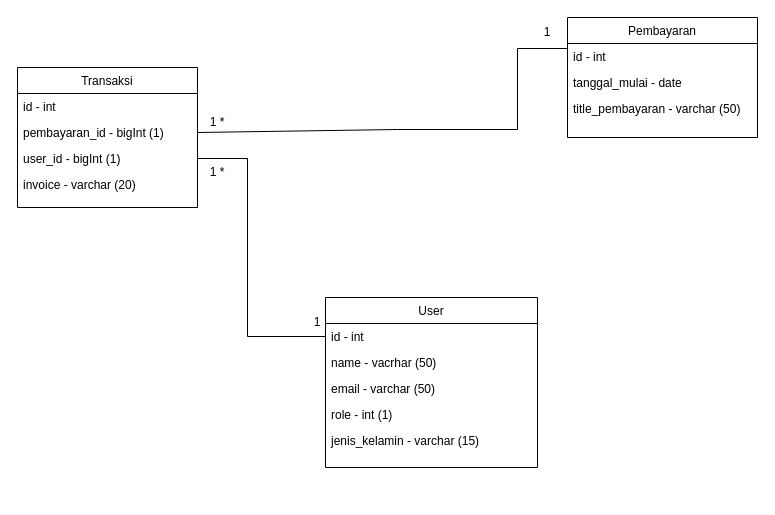
Earlier version of the draw.io diagram Untitled Diagram.drawio (danangsptro/SI_PEMBAYARAN). Source tidied: cells renumbered, new cells numbered last; positions are measured from the earlier drawing's top-left corner, leaving out a move shared by most shapes. Both pictures are drawn from the tidied source at 100%, with x=0, y=0 at pixel (17, 17).
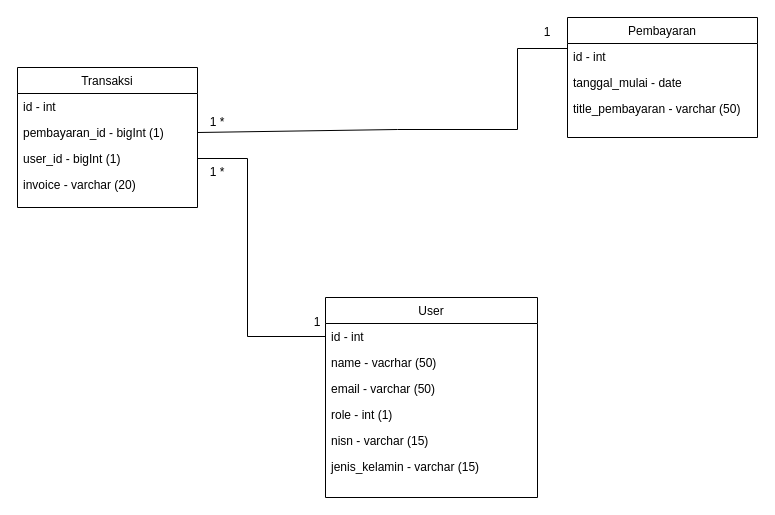
Above is the later version.

What changed in the source:
```diff
@@
     <mxCell id="2" value="User" style="swimlane;fontStyle=0;align=center;verticalAlign=top;horizontal=1;startSize=26;rounded=0;shadow=0;strokeWidth=1;" parent="1" vertex="1">
-      <mxGeometry x="308" y="280" width="212" height="170" as="geometry" />
+      <mxGeometry x="308" y="280" width="212" height="200" as="geometry" />
     </mxCell>
@@
+    <mxCell id="23" value="nisn - varchar (15)" style="text;align=left;verticalAlign=top;spacingLeft=4;spacingRight=4;overflow=hidden;rounded=0;shadow=0;html=0;" parent="2" vertex="1">
+      <mxGeometry y="130" width="212" height="26" as="geometry" />
+    </mxCell>
     <mxCell id="7" value="jenis_kelamin - varchar (15)" style="text;align=left;verticalAlign=top;spacingLeft=4;spacingRight=4;overflow=hidden;rounded=0;shadow=0;html=0;" parent="2" vertex="1">
-      <mxGeometry y="130" width="212" height="26" as="geometry" />
+      <mxGeometry y="156" width="212" height="26" as="geometry" />
     </mxCell>
```
